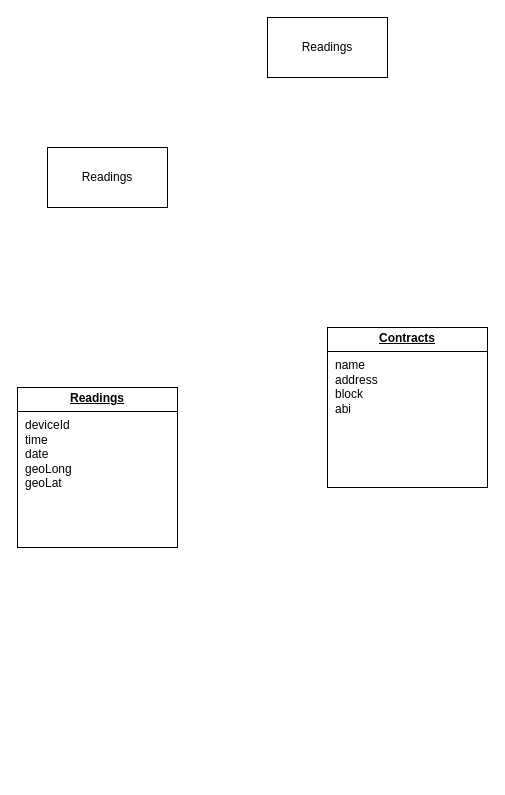
Earlier version of the draw.io diagram page "Page-4" (4 of 4) of docs/IoTProject.drawio (kronleuchter85/ceiot_proyecto_especializacion). Source tidied: cells renumbered, new cells numbered last; positions are measured from the earlier drawing's top-left corner, leaving out a move shared by most shapes. Both pictures are drawn from the tidied source at 100%, with x=0, y=0 at pixel (17, 17).
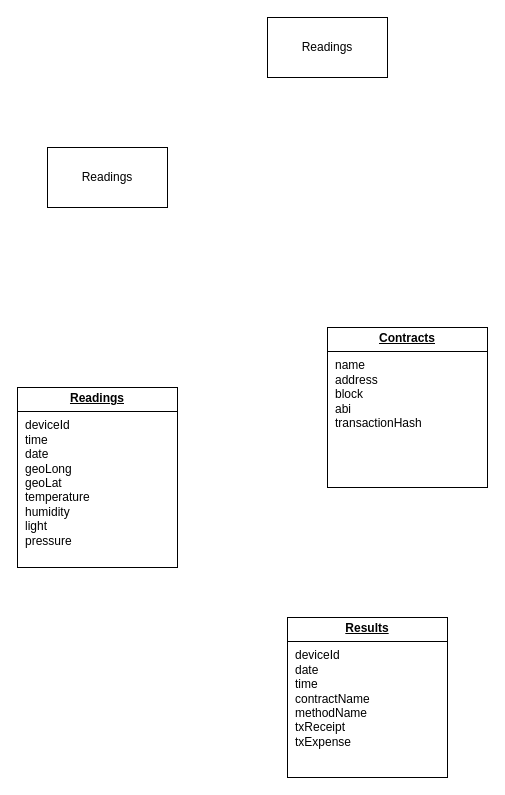
Above is the later version.

Commit message (it also covers changes not shown here):
mejorando la modularizacion de componentes de codigo compartido entre el proyecto de smart contracts y la dapp

What changed in the source:
```diff
@@
 <mxGraphModel>
   <root>
     <mxCell id="0" />
     <mxCell id="1" parent="0" />
     <mxCell id="2" value="Readings" style="rounded=0;whiteSpace=wrap;html=1;" parent="1" vertex="1">
       <mxGeometry x="30" y="130" width="120" height="60" as="geometry" />
     </mxCell>
     <mxCell id="3" value="Readings" style="rounded=0;whiteSpace=wrap;html=1;" parent="1" vertex="1">
       <mxGeometry x="250" width="120" height="60" as="geometry" />
     </mxCell>
-    <mxCell id="4" value="&lt;p style=&quot;margin:0px;margin-top:4px;text-align:center;text-decoration:underline;&quot;&gt;&lt;b&gt;Readings&lt;/b&gt;&lt;/p&gt;&lt;hr size=&quot;1&quot; style=&quot;border-style:solid;&quot;&gt;&lt;p style=&quot;margin:0px;margin-left:8px;&quot;&gt;deviceId&lt;/p&gt;&lt;p style=&quot;margin:0px;margin-left:8px;&quot;&gt;time&lt;/p&gt;&lt;p style=&quot;margin:0px;margin-left:8px;&quot;&gt;date&lt;/p&gt;&lt;p style=&quot;margin:0px;margin-left:8px;&quot;&gt;geoLong&lt;/p&gt;&lt;p style=&quot;margin:0px;margin-left:8px;&quot;&gt;geoLat&lt;/p&gt;" style="verticalAlign=top;align=left;overflow=fill;html=1;whiteSpace=wrap;" parent="1" vertex="1">
-      <mxGeometry y="370" width="160" height="160" as="geometry" />
+    <mxCell id="4" value="&lt;p style=&quot;margin:0px;margin-top:4px;text-align:center;text-decoration:underline;&quot;&gt;&lt;b&gt;Readings&lt;/b&gt;&lt;/p&gt;&lt;hr size=&quot;1&quot; style=&quot;border-style:solid;&quot;&gt;&lt;p style=&quot;margin:0px;margin-left:8px;&quot;&gt;deviceId&lt;/p&gt;&lt;p style=&quot;margin:0px;margin-left:8px;&quot;&gt;time&lt;/p&gt;&lt;p style=&quot;margin:0px;margin-left:8px;&quot;&gt;date&lt;/p&gt;&lt;p style=&quot;margin:0px;margin-left:8px;&quot;&gt;geoLong&lt;/p&gt;&lt;p style=&quot;margin:0px;margin-left:8px;&quot;&gt;geoLat&lt;/p&gt;&lt;p style=&quot;margin:0px;margin-left:8px;&quot;&gt;temperature&lt;/p&gt;&lt;p style=&quot;margin:0px;margin-left:8px;&quot;&gt;humidity&lt;/p&gt;&lt;p style=&quot;margin:0px;margin-left:8px;&quot;&gt;light&lt;/p&gt;&lt;p style=&quot;margin:0px;margin-left:8px;&quot;&gt;pressure&lt;/p&gt;" style="verticalAlign=top;align=left;overflow=fill;html=1;whiteSpace=wrap;" parent="1" vertex="1">
+      <mxGeometry y="370" width="160" height="180" as="geometry" />
     </mxCell>
-    <mxCell id="5" value="&lt;p style=&quot;margin:0px;margin-top:4px;text-align:center;text-decoration:underline;&quot;&gt;&lt;b&gt;Contracts&lt;/b&gt;&lt;/p&gt;&lt;hr size=&quot;1&quot; style=&quot;border-style:solid;&quot;&gt;&lt;p style=&quot;margin:0px;margin-left:8px;&quot;&gt;name&lt;/p&gt;&lt;p style=&quot;margin:0px;margin-left:8px;&quot;&gt;address&lt;/p&gt;&lt;p style=&quot;margin:0px;margin-left:8px;&quot;&gt;block&lt;/p&gt;&lt;p style=&quot;margin:0px;margin-left:8px;&quot;&gt;abi&lt;/p&gt;" style="verticalAlign=top;align=left;overflow=fill;html=1;whiteSpace=wrap;" parent="1" vertex="1">
+    <mxCell id="5" value="&lt;p style=&quot;margin:0px;margin-top:4px;text-align:center;text-decoration:underline;&quot;&gt;&lt;b&gt;Contracts&lt;/b&gt;&lt;/p&gt;&lt;hr size=&quot;1&quot; style=&quot;border-style:solid;&quot;&gt;&lt;p style=&quot;margin:0px;margin-left:8px;&quot;&gt;name&lt;/p&gt;&lt;p style=&quot;margin:0px;margin-left:8px;&quot;&gt;address&lt;/p&gt;&lt;p style=&quot;margin:0px;margin-left:8px;&quot;&gt;block&lt;/p&gt;&lt;p style=&quot;margin:0px;margin-left:8px;&quot;&gt;abi&lt;/p&gt;&lt;p style=&quot;margin:0px;margin-left:8px;&quot;&gt;transactionHash&lt;/p&gt;" style="verticalAlign=top;align=left;overflow=fill;html=1;whiteSpace=wrap;" parent="1" vertex="1">
       <mxGeometry x="310" y="310" width="160" height="160" as="geometry" />
     </mxCell>
+    <mxCell id="6" value="&lt;p style=&quot;margin:0px;margin-top:4px;text-align:center;text-decoration:underline;&quot;&gt;&lt;b&gt;Results&lt;/b&gt;&lt;/p&gt;&lt;hr size=&quot;1&quot; style=&quot;border-style:solid;&quot;&gt;&lt;p style=&quot;margin:0px;margin-left:8px;&quot;&gt;deviceId&lt;/p&gt;&lt;p style=&quot;margin:0px;margin-left:8px;&quot;&gt;date&lt;br&gt;&lt;/p&gt;&lt;p style=&quot;margin:0px;margin-left:8px;&quot;&gt;time&lt;/p&gt;&lt;p style=&quot;margin:0px;margin-left:8px;&quot;&gt;&lt;span style=&quot;background-color: initial;&quot;&gt;contractName&lt;/span&gt;&lt;br&gt;&lt;/p&gt;&lt;p style=&quot;margin:0px;margin-left:8px;&quot;&gt;methodName&lt;/p&gt;&lt;p style=&quot;margin:0px;margin-left:8px;&quot;&gt;txReceipt&lt;/p&gt;&lt;p style=&quot;margin:0px;margin-left:8px;&quot;&gt;txExpense&lt;/p&gt;" style="verticalAlign=top;align=left;overflow=fill;html=1;whiteSpace=wrap;" parent="1" vertex="1">
+      <mxGeometry x="270" y="600" width="160" height="160" as="geometry" />
+    </mxCell>
   </root>
 </mxGraphModel>
```
